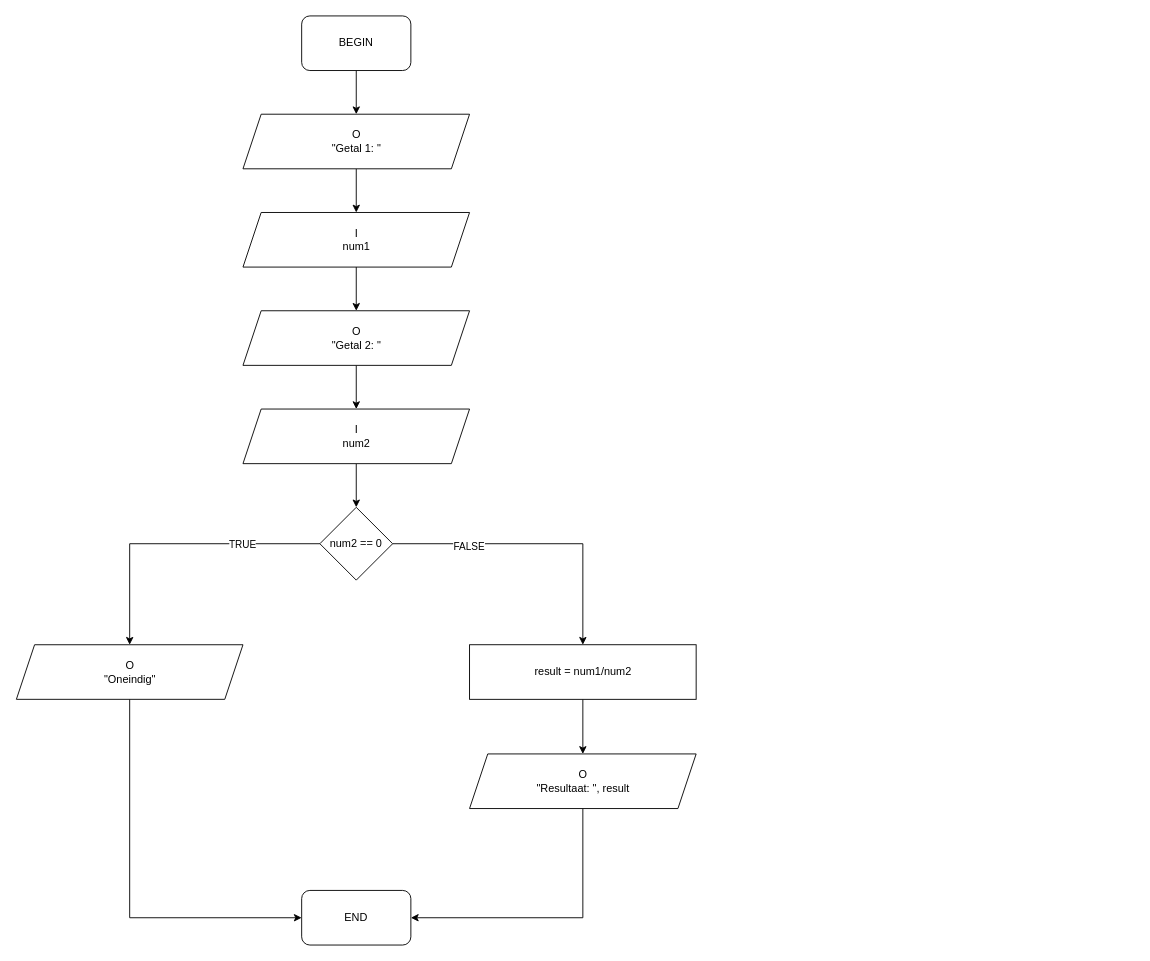
Before: page "Q3" (3 of 4) of algortimes.drawio in tvercamer/vub-inf-wpo-solutions, a draw.io diagram. Source tidied: cells renumbered, new cells numbered last; positions are measured from the earlier drawing's top-left corner, leaving out a move shared by most shapes. Both pictures are drawn from the tidied source at 91%, with x=0, y=0 at pixel (15, 15).
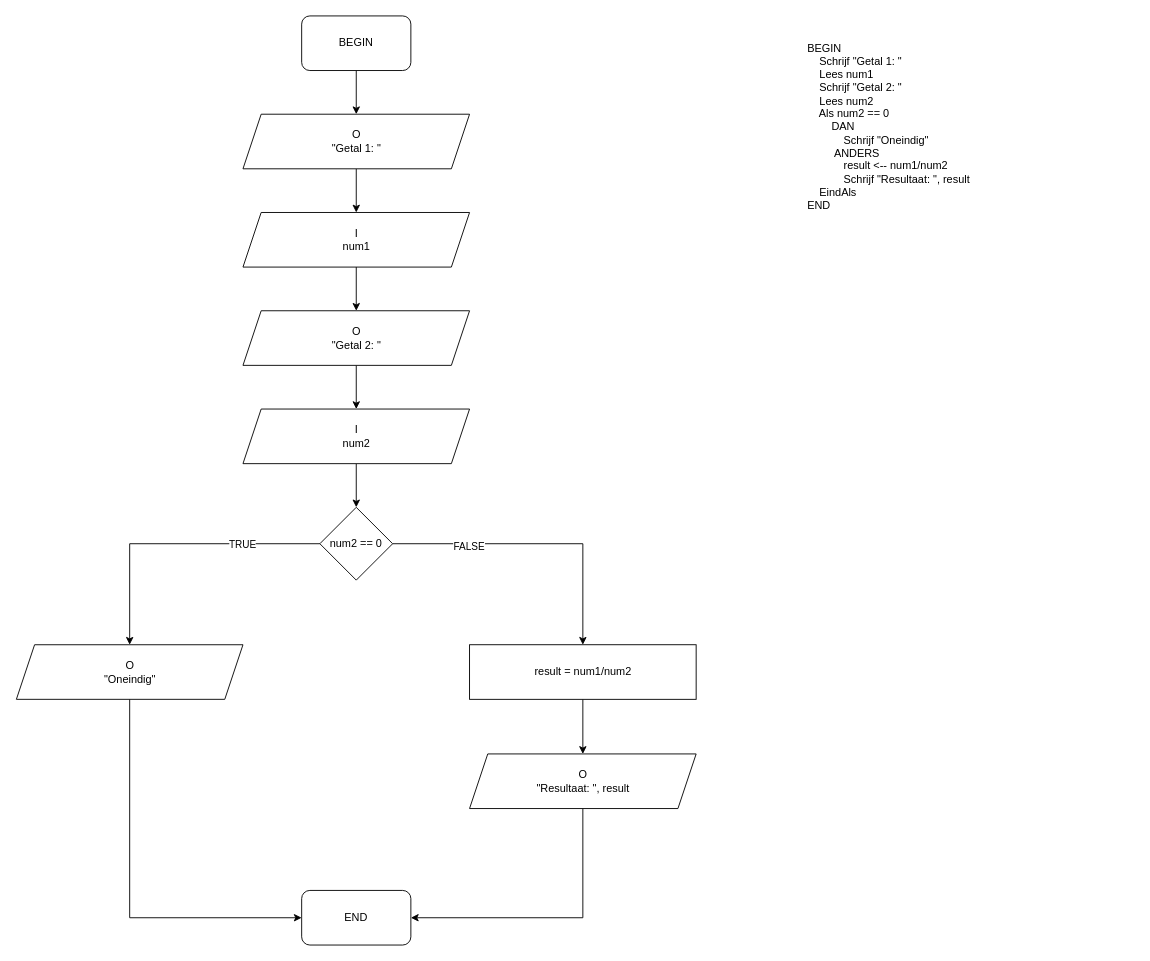
The same page after the edit.

Diff of the diagram source:
```diff
@@
+    <mxCell id="24" value="&lt;div style=&quot;&quot;&gt;&lt;span style=&quot;background-color: initial;&quot;&gt;BEGIN&lt;/span&gt;&lt;/div&gt;&lt;div style=&quot;&quot;&gt;&lt;span style=&quot;background-color: initial;&quot;&gt;&amp;nbsp; &amp;nbsp; Schrijf &quot;Getal 1: &quot;&lt;/span&gt;&lt;/div&gt;&lt;div style=&quot;&quot;&gt;&lt;span style=&quot;background-color: initial;&quot;&gt;&amp;nbsp; &amp;nbsp; Lees num1&lt;/span&gt;&lt;/div&gt;&lt;div style=&quot;&quot;&gt;&lt;span style=&quot;background-color: initial;&quot;&gt;&amp;nbsp; &amp;nbsp; Schrijf &quot;Getal 2: &quot;&lt;/span&gt;&lt;/div&gt;&lt;div style=&quot;&quot;&gt;&lt;span style=&quot;background-color: initial;&quot;&gt;&amp;nbsp; &amp;nbsp; Lees num2&lt;/span&gt;&lt;/div&gt;&lt;div style=&quot;&quot;&gt;&lt;span style=&quot;background-color: initial;&quot;&gt;&amp;nbsp; &amp;nbsp; Als num2&lt;/span&gt;&lt;span style=&quot;background-color: initial;&quot;&gt;&amp;nbsp;== 0&lt;/span&gt;&lt;/div&gt;&lt;div style=&quot;&quot;&gt;&lt;span style=&quot;background-color: initial;&quot;&gt;&amp;nbsp; &amp;nbsp; &amp;nbsp; &amp;nbsp; DAN&lt;/span&gt;&lt;/div&gt;&lt;div style=&quot;&quot;&gt;&lt;span style=&quot;background-color: initial;&quot;&gt;&amp;nbsp; &amp;nbsp; &amp;nbsp; &amp;nbsp; &amp;nbsp; &amp;nbsp; Schrijf &quot;Oneindig&quot;&lt;/span&gt;&lt;/div&gt;&lt;div style=&quot;&quot;&gt;&lt;span style=&quot;background-color: initial;&quot;&gt;&amp;nbsp;&lt;/span&gt;&lt;span style=&quot;background-color: initial;&quot;&gt;&amp;nbsp; &amp;nbsp; &amp;nbsp; &amp;nbsp; ANDERS&lt;/span&gt;&lt;/div&gt;&lt;div style=&quot;&quot;&gt;&lt;span style=&quot;background-color: initial;&quot;&gt;&amp;nbsp; &amp;nbsp; &amp;nbsp; &amp;nbsp; &amp;nbsp; &amp;nbsp; result &amp;lt;-- num1/num2&lt;/span&gt;&lt;/div&gt;&lt;div style=&quot;&quot;&gt;&lt;span style=&quot;background-color: initial;&quot;&gt;&amp;nbsp; &amp;nbsp; &amp;nbsp; &amp;nbsp; &amp;nbsp; &amp;nbsp; Schrijf &quot;Resultaat: &quot;, result&lt;/span&gt;&lt;/div&gt;&lt;div style=&quot;&quot;&gt;&lt;span style=&quot;background-color: initial;&quot;&gt;&amp;nbsp; &amp;nbsp; EindAls&lt;/span&gt;&lt;/div&gt;&lt;div style=&quot;&quot;&gt;&lt;span style=&quot;background-color: initial;&quot;&gt;END&lt;/span&gt;&lt;/div&gt;" style="text;html=1;strokeColor=none;fillColor=none;align=left;verticalAlign=middle;whiteSpace=wrap;rounded=0;" parent="1" vertex="1">
+      <mxGeometry x="868" width="362" height="244" as="geometry" />
+    </mxCell>
```
